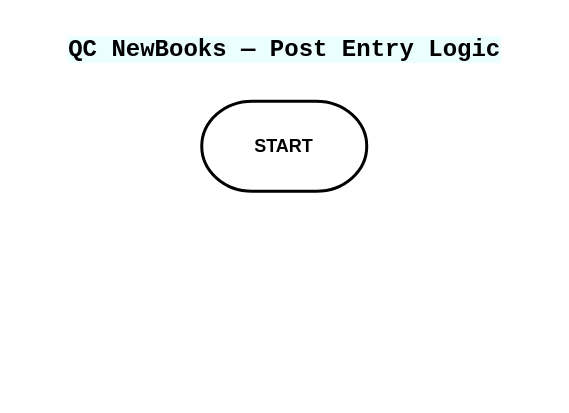
Before: QC_NewBooks_Diagrams.drawio in Alishah-Khurshid/diagram-qc-new-books, a draw.io diagram. Source tidied: cells renumbered, new cells numbered last; positions are measured from the earlier drawing's top-left corner, leaving out a move shared by most shapes. Both pictures are drawn from the tidied source at 150%, with x=0, y=0 at pixel (26, 26).
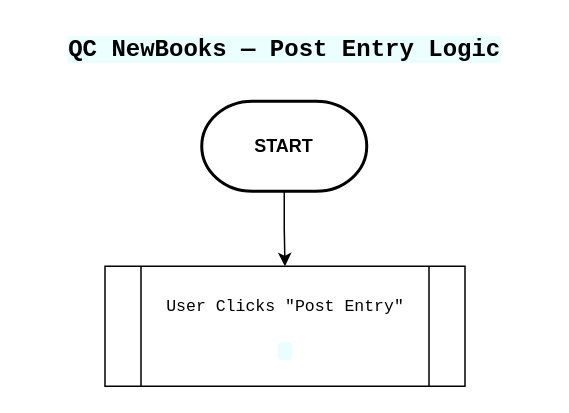
The same diagram, later.

What changed in the source:
```diff
@@
 <mxGraphModel>
   <root>
     <mxCell id="0" />
     <mxCell id="1" parent="0" />
     <mxCell id="2" value="&lt;span style=&quot;font-family: &amp;quot;Share Tech Mono&amp;quot;, monospace; text-align: start; background-color: rgba(0, 245, 255, 0.08);&quot;&gt;&lt;b&gt;&lt;font style=&quot;color: light-dark(rgb(0, 0, 0), rgb(241, 156, 153));&quot;&gt;QC NewBooks — Post Entry Logic&lt;/font&gt;&lt;/b&gt;&lt;/span&gt;" style="text;html=1;whiteSpace=wrap;strokeColor=none;fillColor=none;align=center;verticalAlign=middle;rounded=0;fontColor=light-dark(#000000,#F19C99);fontSize=16;" parent="1" vertex="1">
       <mxGeometry width="345" height="30" as="geometry" />
     </mxCell>
+    <mxCell id="4" style="edgeStyle=orthogonalEdgeStyle;rounded=0;jettySize=auto;html=1;entryX=0.5;entryY=0;entryDx=0;entryDy=0;" parent="1" edge="1" source="3" target="5">
+      <mxGeometry relative="1" as="geometry" />
+    </mxCell>
     <mxCell id="3" value="&lt;b&gt;&lt;font style=&quot;color: light-dark(rgb(0, 0, 0), rgb(229, 204, 255));&quot;&gt;START&lt;/font&gt;&lt;/b&gt;" style="strokeWidth=2;html=1;shape=mxgraph.flowchart.terminator;whiteSpace=wrap;fillColor=light-dark(#FFFFFF,#B266FF);strokeColor=light-dark(#000000,#E5CCFF);" parent="1" vertex="1">
       <mxGeometry x="117" y="50" width="110" height="60" as="geometry" />
     </mxCell>
+    <mxCell id="5" value="&lt;p style=&quot;box-sizing: border-box; margin: 0px 0px 0.7rem; padding: 0px; line-height: 1.6; max-width: 800px; font-family: Barlow, sans-serif;&quot;&gt;&lt;code style=&quot;background-image: initial; background-position: initial; background-size: initial; background-repeat: initial; background-attachment: initial; background-origin: initial; background-clip: initial; box-sizing: border-box; margin: 0px; padding: 0.05rem 0.3rem; font-family: &amp;quot;Share Tech Mono&amp;quot;, monospace; border-radius: 3px;&quot;&gt;&lt;font style=&quot;font-size: 11px; color: light-dark(rgb(0, 0, 0), rgb(166, 128, 184)); background-color: light-dark(#ffffff, var(--ge-dark-color, #121212));&quot;&gt;User Clicks &quot;Post Entry&quot;&lt;/font&gt;&lt;/code&gt;&lt;/p&gt;&lt;div&gt;&lt;code style=&quot;box-sizing: border-box; margin: 0px; padding: 0.05rem 0.3rem; font-family: &amp;quot;Share Tech Mono&amp;quot;, monospace; font-size: 0.85em; background: rgba(0, 245, 255, 0.08); border-radius: 3px; color: rgb(0, 245, 255);&quot;&gt;&lt;br&gt;&lt;/code&gt;&lt;/div&gt;" style="shape=process;whiteSpace=wrap;html=1;backgroundOutline=1;fillColor=light-dark(#FFFFFF,#99FFFF);strokeColor=light-dark(#000000,#808080);" parent="1" vertex="1">
+      <mxGeometry x="52.5" y="160" width="240" height="80" as="geometry" />
+    </mxCell>
   </root>
 </mxGraphModel>
```
